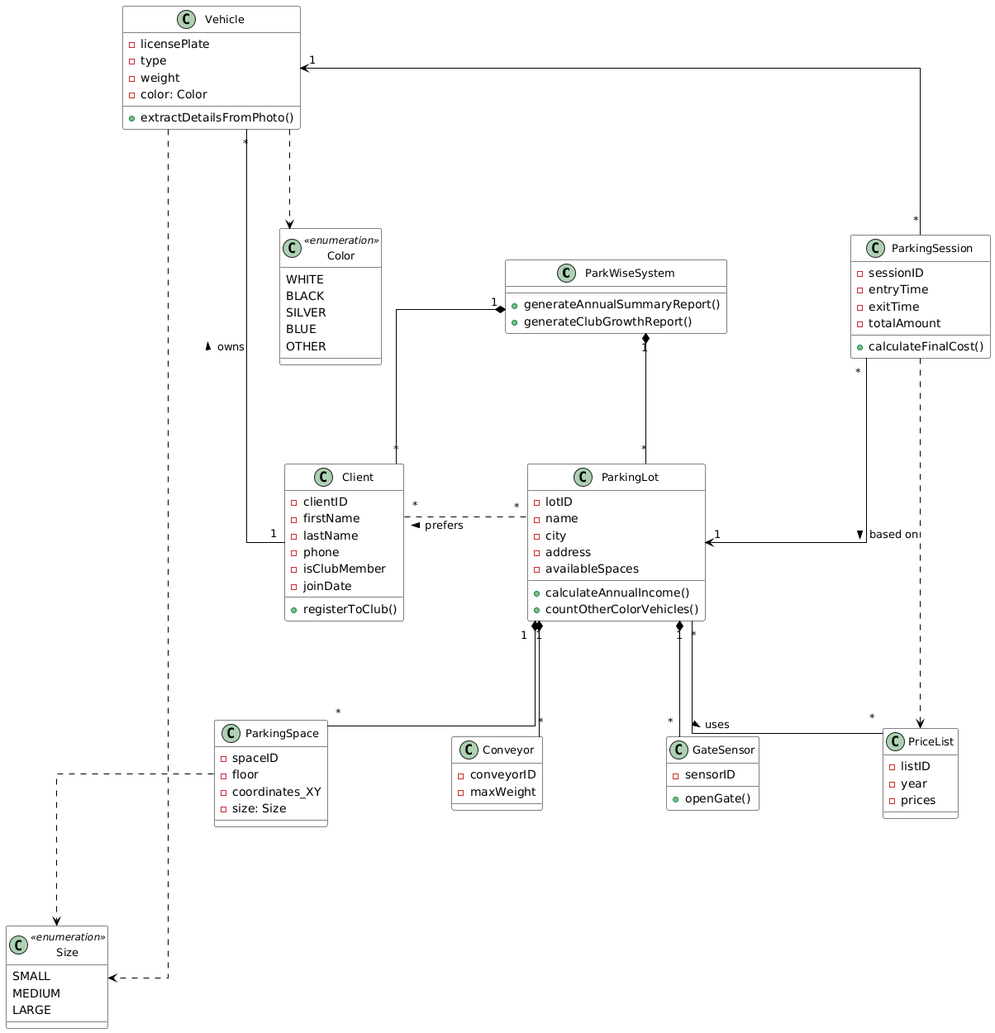
Earlier version of the PlantUML export ex1_solution_2026_Ascendant/parkwise CD diagram final.png (lanashmuz/Ascendant).
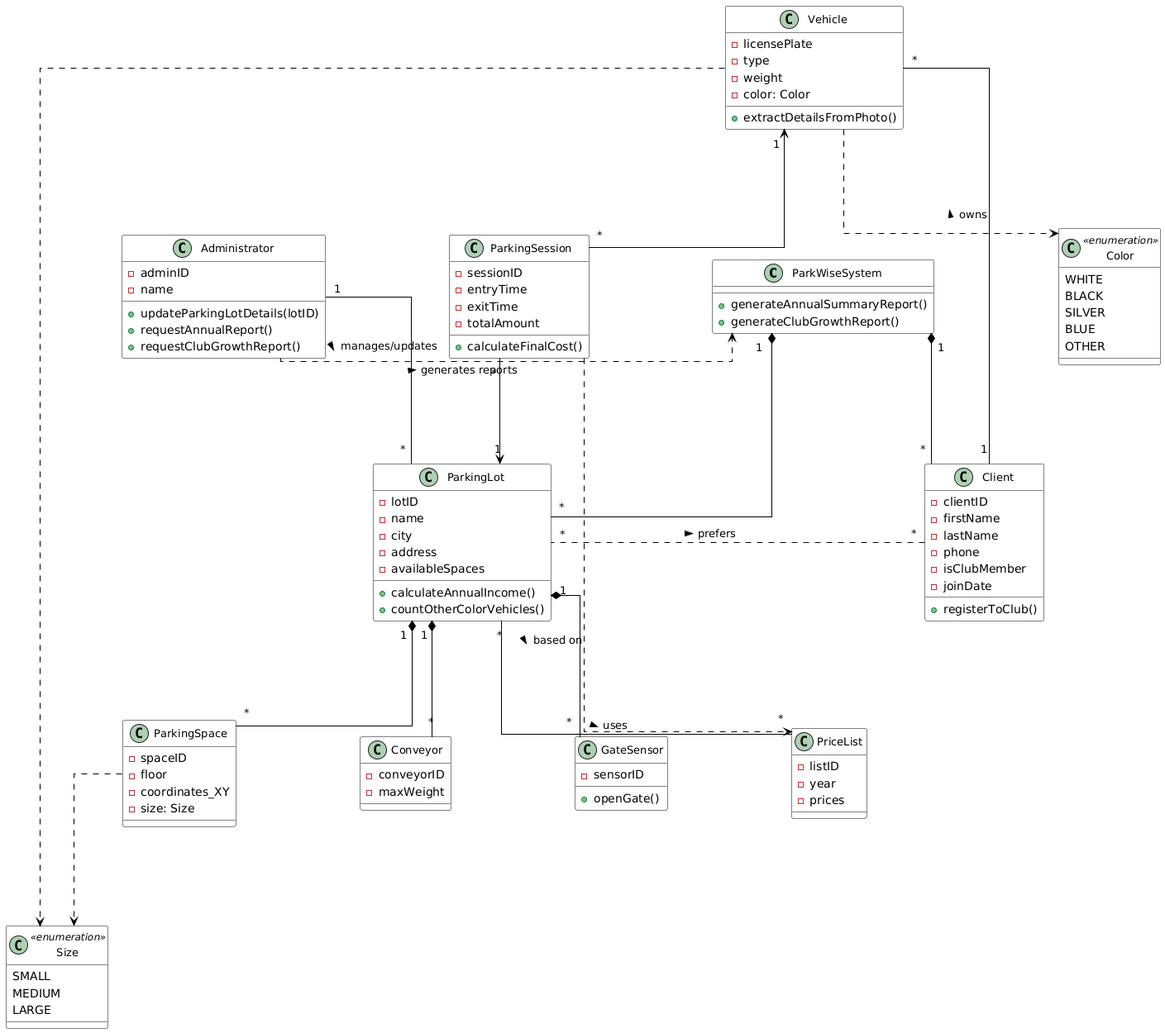
The same file after the commit.

What changed in the source:
```diff
@@ -14,6 +14,14 @@
 class "ParkWiseSystem" as System {
     + generateAnnualSummaryReport()
     + generateClubGrowthReport()
+}
+
+class "Administrator" as Administrator {
+    - adminID
+    - name
+    + updateParkingLotDetails(lotID)
+    + requestAnnualReport()
+    + requestClubGrowthReport()
 }
 
 class "ParkingLot" as ParkingLot {
@@ -91,6 +99,7 @@
 
 System -[hidden]down- ParkingLot
 System -[hidden]down- Client
+Administrator -[hidden]right- System
 Client -[hidden]right- ParkingLot
 
 ParkingLot -[hidden]down- ParkingSpace
@@ -101,6 +110,9 @@
 
 System "1" *-- "*" Client
 System "1" *-- "*" ParkingLot
+
+Administrator "1" -- "*" ParkingLot : manages/updates >
+Administrator ..> System : generates reports >
 
 Client "1" -left- "*" Vehicle : owns >
 
```
